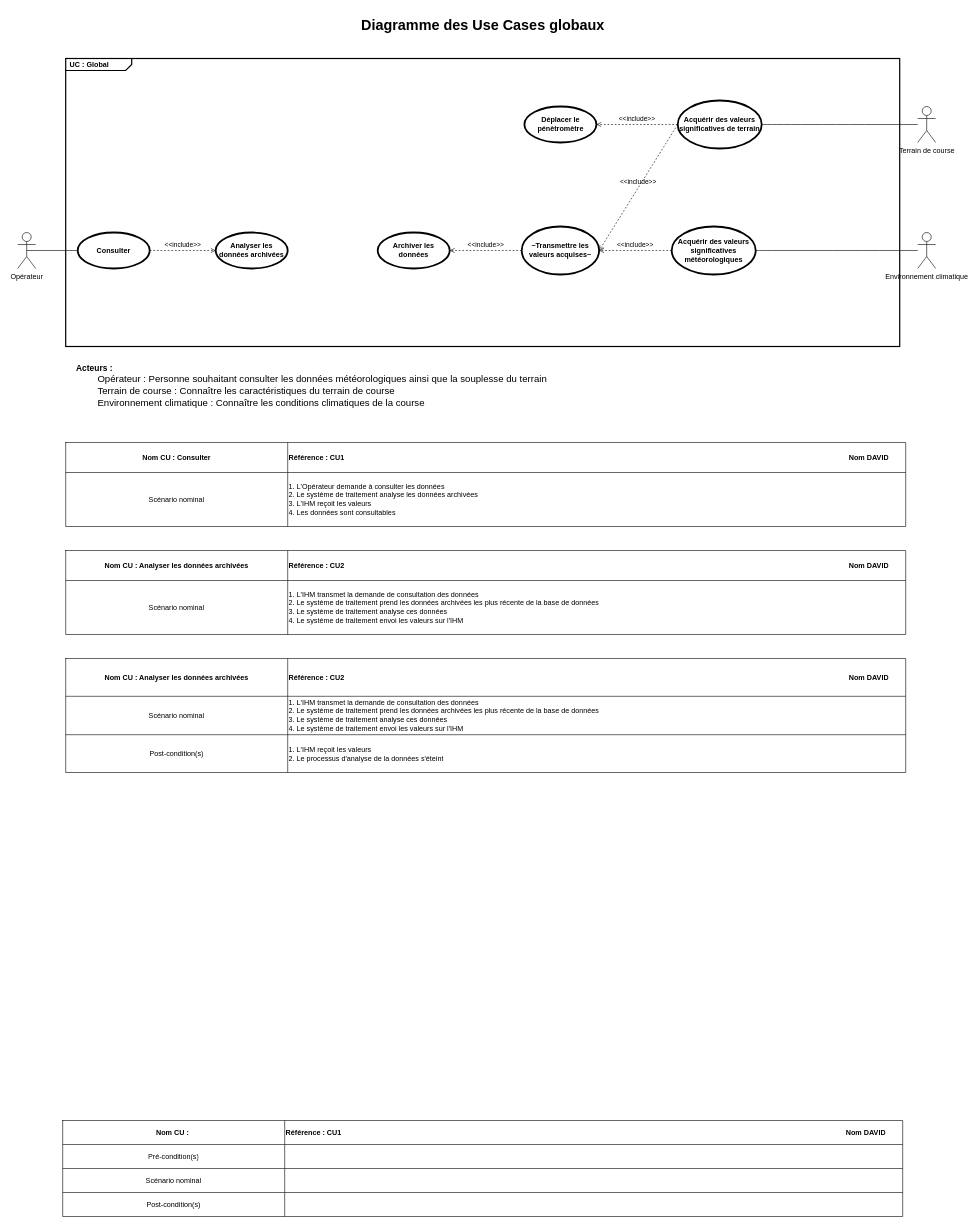
Before: SYSML/UseCase/D-UC_General-FM2.drawio in ToGen49/Hippodrome, a draw.io diagram. Source tidied: cells renumbered, new cells numbered last; positions are measured from the earlier drawing's top-left corner, leaving out a move shared by most shapes. Both pictures are drawn from the tidied source at 60%, with x=0, y=0 at pixel (17, 10).
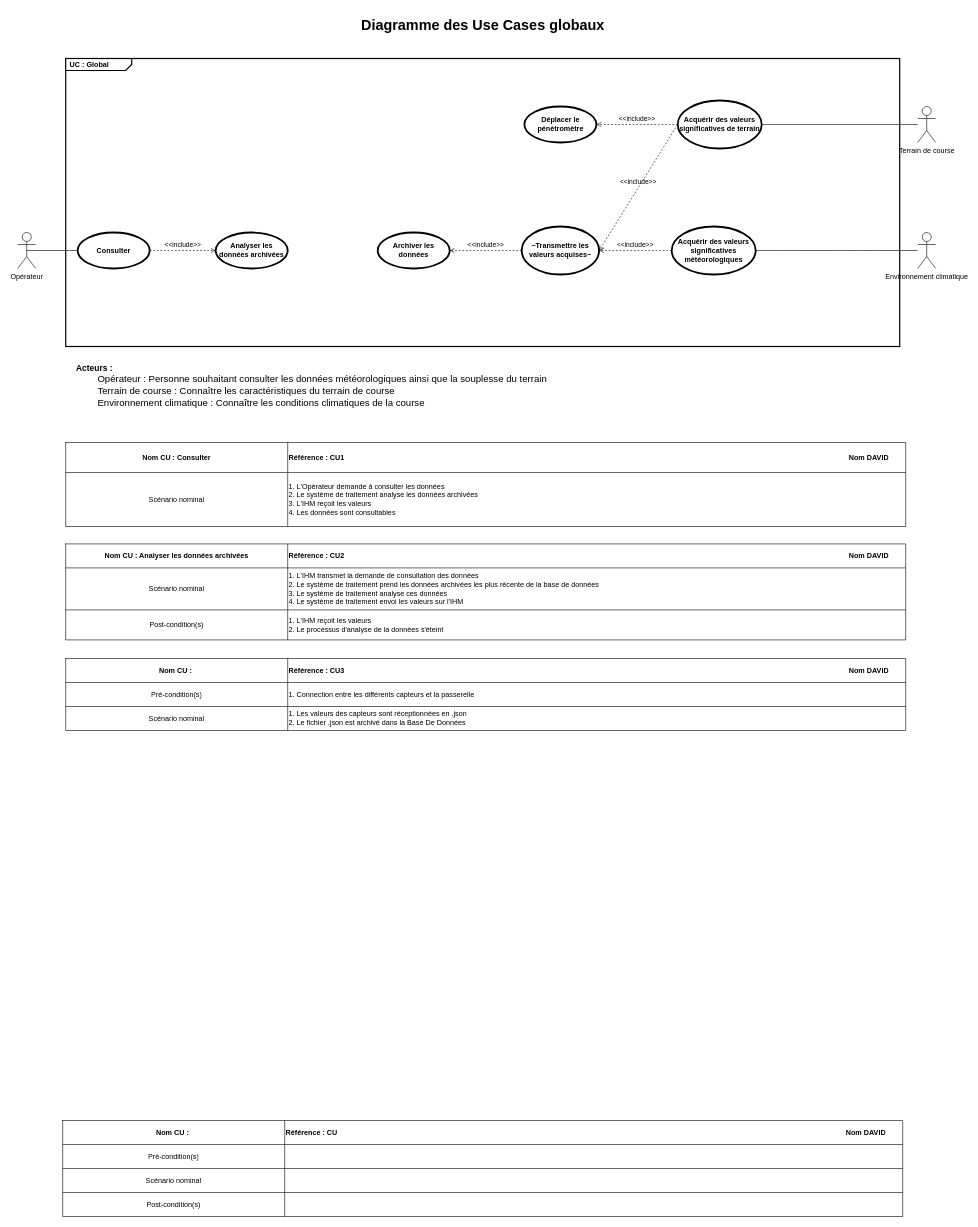
After the change.

Commit message (it also covers changes not shown here):
Mettre à jour D-UC_General-FM2.drawio

The change refers to these unchanged cells:
```xml
<mxCell id="31" style="shape=tableRow;horizontal=0;startSize=0;swimlaneHead=0;swimlaneBody=0;strokeColor=inherit;top=0;left=0;bottom=0;right=0;fillColor=none;" parent="30" vertex="1">
  <mxGeometry width="1400" height="40" as="geometry" />
</mxCell>
```

Change to the diagram source:
```diff
@@
-    <mxCell id="33" value="&lt;b&gt;Référence : CU1&lt;span style=&quot;white-space: pre;&quot;&gt;&#9;&lt;/span&gt;&lt;span style=&quot;white-space: pre;&quot;&gt;&#9;&lt;/span&gt;&lt;span style=&quot;white-space: pre;&quot;&gt;&#9;&lt;/span&gt;&lt;span style=&quot;white-space: pre;&quot;&gt;&#9;&lt;/span&gt;&lt;span style=&quot;white-space: pre;&quot;&gt;&#9;&lt;/span&gt;&lt;span style=&quot;white-space: pre;&quot;&gt;&#9;&lt;/span&gt;&lt;span style=&quot;white-space: pre;&quot;&gt;&#9;&lt;/span&gt;&lt;span style=&quot;white-space: pre;&quot;&gt;&#9;&lt;/span&gt;&lt;span style=&quot;white-space: pre;&quot;&gt;&#9;&lt;/span&gt;&lt;span style=&quot;white-space: pre;&quot;&gt;&#9;&lt;/span&gt;&lt;span style=&quot;white-space: pre;&quot;&gt;&#9;&lt;/span&gt;&lt;span style=&quot;white-space: pre;&quot;&gt;&#9;&lt;/span&gt;&lt;span style=&quot;white-space: pre;&quot;&gt;&#9;&lt;/span&gt;&lt;span style=&quot;white-space: pre;&quot;&gt;&#9;&lt;/span&gt;&lt;span style=&quot;white-space: pre;&quot;&gt;&#9;&lt;/span&gt;&lt;span style=&quot;white-space: pre;&quot;&gt;&#9;&lt;/span&gt;&lt;span style=&quot;white-space: pre;&quot;&gt;&#9;&lt;/span&gt;&lt;span style=&quot;white-space: pre;&quot;&gt;&#9;&lt;/span&gt;&lt;span style=&quot;white-space: pre;&quot;&gt;&#9;&lt;/span&gt;&lt;span style=&quot;white-space: pre;&quot;&gt;&#9;&lt;/span&gt;&lt;span style=&quot;white-space: pre;&quot;&gt;&#9;&lt;/span&gt;&lt;span style=&quot;white-space: pre;&quot;&gt;&#9;&lt;/span&gt;&lt;span style=&quot;white-space: pre;&quot;&gt;&#9;&lt;/span&gt;&lt;span style=&quot;white-space: pre;&quot;&gt;&#9;&lt;/span&gt;&lt;span style=&quot;white-space: pre;&quot;&gt;&#9;&lt;/span&gt;&lt;span style=&quot;white-space: pre;&quot;&gt;&#9;&lt;/span&gt;&lt;span style=&quot;white-space: pre;&quot;&gt;&#9;&lt;/span&gt;&lt;span style=&quot;white-space: pre;&quot;&gt;&#9;&lt;/span&gt;&lt;span style=&quot;white-space: pre;&quot;&gt;&#9;&lt;/span&gt;&lt;span style=&quot;white-space: pre;&quot;&gt;&#9;&lt;/span&gt;&lt;span style=&quot;white-space: pre;&quot;&gt;&#9;&lt;/span&gt;&lt;span style=&quot;white-space: pre;&quot;&gt;&#9;&lt;/span&gt;Nom DAVID&lt;/b&gt;" style="shape=partialRectangle;html=1;whiteSpace=wrap;strokeColor=inherit;overflow=hidden;fillColor=none;top=0;left=0;bottom=0;right=0;align=left;" parent="31" vertex="1">
+    <mxCell id="33" value="&lt;b&gt;Référence : CU&lt;span style=&quot;white-space: pre;&quot;&gt;&#9;&lt;/span&gt;&lt;span style=&quot;white-space: pre;&quot;&gt;&#9;&lt;/span&gt;&lt;span style=&quot;white-space: pre;&quot;&gt;&#9;&lt;/span&gt;&lt;span style=&quot;white-space: pre;&quot;&gt;&#9;&lt;/span&gt;&lt;span style=&quot;white-space: pre;&quot;&gt;&#9;&lt;/span&gt;&lt;span style=&quot;white-space: pre;&quot;&gt;&#9;&lt;/span&gt;&lt;span style=&quot;white-space: pre;&quot;&gt;&#9;&lt;/span&gt;&lt;span style=&quot;white-space: pre;&quot;&gt;&#9;&lt;/span&gt;&lt;span style=&quot;white-space: pre;&quot;&gt;&#9;&lt;/span&gt;&lt;span style=&quot;white-space: pre;&quot;&gt;&#9;&lt;/span&gt;&lt;span style=&quot;white-space: pre;&quot;&gt;&#9;&lt;/span&gt;&lt;span style=&quot;white-space: pre;&quot;&gt;&#9;&lt;/span&gt;&lt;span style=&quot;white-space: pre;&quot;&gt;&#9;&lt;/span&gt;&lt;span style=&quot;white-space: pre;&quot;&gt;&#9;&lt;/span&gt;&lt;span style=&quot;white-space: pre;&quot;&gt;&#9;&lt;/span&gt;&lt;span style=&quot;white-space: pre;&quot;&gt;&#9;&lt;/span&gt;&lt;span style=&quot;white-space: pre;&quot;&gt;&#9;&lt;/span&gt;&lt;span style=&quot;white-space: pre;&quot;&gt;&#9;&lt;/span&gt;&lt;span style=&quot;white-space: pre;&quot;&gt;&#9;&lt;/span&gt;&lt;span style=&quot;white-space: pre;&quot;&gt;&#9;&lt;/span&gt;&lt;span style=&quot;white-space: pre;&quot;&gt;&#9;&lt;/span&gt;&lt;span style=&quot;white-space: pre;&quot;&gt;&#9;&lt;/span&gt;&lt;span style=&quot;white-space: pre;&quot;&gt;&#9;&lt;/span&gt;&lt;span style=&quot;white-space: pre;&quot;&gt;&#9;&lt;/span&gt;&lt;span style=&quot;white-space: pre;&quot;&gt;&#9;&lt;/span&gt;&lt;span style=&quot;white-space: pre;&quot;&gt;&#9;&lt;/span&gt;&lt;span style=&quot;white-space: pre;&quot;&gt;&#9;&lt;/span&gt;&lt;span style=&quot;white-space: pre;&quot;&gt;&#9;&lt;/span&gt;&lt;span style=&quot;white-space: pre;&quot;&gt;&#9;&lt;/span&gt;&lt;span style=&quot;white-space: pre;&quot;&gt;&#9;&lt;/span&gt;&lt;span style=&quot;white-space: pre;&quot;&gt;&#9;&lt;/span&gt;&lt;span style=&quot;white-space: pre;&quot;&gt;&#9;&lt;/span&gt;Nom DAVID&lt;/b&gt;" style="shape=partialRectangle;html=1;whiteSpace=wrap;strokeColor=inherit;overflow=hidden;fillColor=none;top=0;left=0;bottom=0;right=0;align=left;" parent="31" vertex="1">
       <mxGeometry x="370" width="1030" height="40" as="geometry" />
     </mxCell>
@@
-    <mxCell id="43" style="shape=table;startSize=0;childLayout=tableLayout;" parent="1" vertex="1">
-      <mxGeometry x="80" y="900" width="1400" height="140" as="geometry" />
-    </mxCell>
-    <mxCell id="44" style="shape=tableRow;horizontal=0;startSize=0;swimlaneHead=0;swimlaneBody=0;strokeColor=inherit;top=0;left=0;bottom=0;right=0;fillColor=none;" parent="43" vertex="1">
-      <mxGeometry width="1400" height="50" as="geometry" />
-    </mxCell>
-    <mxCell id="45" value="&lt;b&gt;Nom CU : Analyser les données archivées&lt;/b&gt;" style="shape=partialRectangle;html=1;whiteSpace=wrap;strokeColor=inherit;overflow=hidden;fillColor=none;top=0;left=0;bottom=0;right=0;" parent="44" vertex="1">
-      <mxGeometry width="370" height="50" as="geometry" />
-    </mxCell>
-    <mxCell id="46" value="&lt;b&gt;Référence : CU2&lt;span style=&quot;white-space: pre;&quot;&gt;&#9;&lt;/span&gt;&lt;span style=&quot;white-space: pre;&quot;&gt;&#9;&lt;/span&gt;&lt;span style=&quot;white-space: pre;&quot;&gt;&#9;&lt;/span&gt;&lt;span style=&quot;white-space: pre;&quot;&gt;&#9;&lt;/span&gt;&lt;span style=&quot;white-space: pre;&quot;&gt;&#9;&lt;/span&gt;&lt;span style=&quot;white-space: pre;&quot;&gt;&#9;&lt;/span&gt;&lt;span style=&quot;white-space: pre;&quot;&gt;&#9;&lt;/span&gt;&lt;span style=&quot;white-space: pre;&quot;&gt;&#9;&lt;/span&gt;&lt;span style=&quot;white-space: pre;&quot;&gt;&#9;&lt;/span&gt;&lt;span style=&quot;white-space: pre;&quot;&gt;&#9;&lt;/span&gt;&lt;span style=&quot;white-space: pre;&quot;&gt;&#9;&lt;/span&gt;&lt;span style=&quot;white-space: pre;&quot;&gt;&#9;&lt;/span&gt;&lt;span style=&quot;white-space: pre;&quot;&gt;&#9;&lt;/span&gt;&lt;span style=&quot;white-space: pre;&quot;&gt;&#9;&lt;/span&gt;&lt;span style=&quot;white-space: pre;&quot;&gt;&#9;&lt;/span&gt;&lt;span style=&quot;white-space: pre;&quot;&gt;&#9;&lt;/span&gt;&lt;span style=&quot;white-space: pre;&quot;&gt;&#9;&lt;/span&gt;&lt;span style=&quot;white-space: pre;&quot;&gt;&#9;&lt;/span&gt;&lt;span style=&quot;white-space: pre;&quot;&gt;&#9;&lt;/span&gt;&lt;span style=&quot;white-space: pre;&quot;&gt;&#9;&lt;/span&gt;&lt;span style=&quot;white-space: pre;&quot;&gt;&#9;&lt;/span&gt;&lt;span style=&quot;white-space: pre;&quot;&gt;&#9;&lt;/span&gt;&lt;span style=&quot;white-space: pre;&quot;&gt;&#9;&lt;/span&gt;&lt;span style=&quot;white-space: pre;&quot;&gt;&#9;&lt;/span&gt;&lt;span style=&quot;white-space: pre;&quot;&gt;&#9;&lt;/span&gt;&lt;span style=&quot;white-space: pre;&quot;&gt;&#9;&lt;/span&gt;&lt;span style=&quot;white-space: pre;&quot;&gt;&#9;&lt;/span&gt;&lt;span style=&quot;white-space: pre;&quot;&gt;&#9;&lt;/span&gt;&lt;span style=&quot;white-space: pre;&quot;&gt;&#9;&lt;/span&gt;&lt;span style=&quot;white-space: pre;&quot;&gt;&#9;&lt;/span&gt;&lt;span style=&quot;white-space: pre;&quot;&gt;&#9;&lt;/span&gt;&lt;span style=&quot;white-space: pre;&quot;&gt;&#9;&lt;/span&gt;Nom DAVID&lt;/b&gt;" style="shape=partialRectangle;html=1;whiteSpace=wrap;strokeColor=inherit;overflow=hidden;fillColor=none;top=0;left=0;bottom=0;right=0;align=left;" parent="44" vertex="1">
-      <mxGeometry x="370" width="1030" height="50" as="geometry" />
-    </mxCell>
-    <mxCell id="47" style="shape=tableRow;horizontal=0;startSize=0;swimlaneHead=0;swimlaneBody=0;strokeColor=inherit;top=0;left=0;bottom=0;right=0;fillColor=none;" parent="43" vertex="1">
-      <mxGeometry y="50" width="1400" height="90" as="geometry" />
-    </mxCell>
-    <mxCell id="48" value="Scénario nominal" style="shape=partialRectangle;html=1;whiteSpace=wrap;strokeColor=inherit;overflow=hidden;fillColor=none;top=0;left=0;bottom=0;right=0;" parent="47" vertex="1">
-      <mxGeometry width="370" height="90" as="geometry" />
-    </mxCell>
-    <mxCell id="49" value="&lt;div&gt;1. L'IHM transmet la demande de consultation des données&lt;/div&gt;&lt;div&gt;2. Le système de traitement prend les données archivées les plus récente de la base de données&lt;/div&gt;&lt;div&gt;3. Le système de traitement analyse ces données&lt;/div&gt;&lt;div&gt;4. Le système de traitement envoi les valeurs sur l'IHM&lt;/div&gt;" style="shape=partialRectangle;html=1;whiteSpace=wrap;strokeColor=inherit;overflow=hidden;fillColor=none;top=0;left=0;bottom=0;right=0;align=left;" parent="47" vertex="1">
-      <mxGeometry x="370" width="1030" height="90" as="geometry" />
-    </mxCell>
     <mxCell id="50" style="shape=table;startSize=0;childLayout=tableLayout;" parent="1" vertex="1">
-      <mxGeometry x="80" y="1080" width="1400" height="190" as="geometry" />
+      <mxGeometry x="80" y="889" width="1400" height="160" as="geometry" />
     </mxCell>
     <mxCell id="51" style="shape=tableRow;horizontal=0;startSize=0;swimlaneHead=0;swimlaneBody=0;strokeColor=inherit;top=0;left=0;bottom=0;right=0;fillColor=none;" parent="50" vertex="1">
-      <mxGeometry width="1400" height="63" as="geometry" />
+      <mxGeometry width="1400" height="40" as="geometry" />
     </mxCell>
     <mxCell id="52" value="&lt;b&gt;Nom CU : Analyser les données archivées&lt;/b&gt;" style="shape=partialRectangle;html=1;whiteSpace=wrap;strokeColor=inherit;overflow=hidden;fillColor=none;top=0;left=0;bottom=0;right=0;" parent="51" vertex="1">
-      <mxGeometry width="370" height="63" as="geometry" />
+      <mxGeometry width="370" height="40" as="geometry" />
     </mxCell>
     <mxCell id="53" value="&lt;b&gt;Référence : CU2&lt;span style=&quot;white-space: pre;&quot;&gt;&#9;&lt;/span&gt;&lt;span style=&quot;white-space: pre;&quot;&gt;&#9;&lt;/span&gt;&lt;span style=&quot;white-space: pre;&quot;&gt;&#9;&lt;/span&gt;&lt;span style=&quot;white-space: pre;&quot;&gt;&#9;&lt;/span&gt;&lt;span style=&quot;white-space: pre;&quot;&gt;&#9;&lt;/span&gt;&lt;span style=&quot;white-space: pre;&quot;&gt;&#9;&lt;/span&gt;&lt;span style=&quot;white-space: pre;&quot;&gt;&#9;&lt;/span&gt;&lt;span style=&quot;white-space: pre;&quot;&gt;&#9;&lt;/span&gt;&lt;span style=&quot;white-space: pre;&quot;&gt;&#9;&lt;/span&gt;&lt;span style=&quot;white-space: pre;&quot;&gt;&#9;&lt;/span&gt;&lt;span style=&quot;white-space: pre;&quot;&gt;&#9;&lt;/span&gt;&lt;span style=&quot;white-space: pre;&quot;&gt;&#9;&lt;/span&gt;&lt;span style=&quot;white-space: pre;&quot;&gt;&#9;&lt;/span&gt;&lt;span style=&quot;white-space: pre;&quot;&gt;&#9;&lt;/span&gt;&lt;span style=&quot;white-space: pre;&quot;&gt;&#9;&lt;/span&gt;&lt;span style=&quot;white-space: pre;&quot;&gt;&#9;&lt;/span&gt;&lt;span style=&quot;white-space: pre;&quot;&gt;&#9;&lt;/span&gt;&lt;span style=&quot;white-space: pre;&quot;&gt;&#9;&lt;/span&gt;&lt;span style=&quot;white-space: pre;&quot;&gt;&#9;&lt;/span&gt;&lt;span style=&quot;white-space: pre;&quot;&gt;&#9;&lt;/span&gt;&lt;span style=&quot;white-space: pre;&quot;&gt;&#9;&lt;/span&gt;&lt;span style=&quot;white-space: pre;&quot;&gt;&#9;&lt;/span&gt;&lt;span style=&quot;white-space: pre;&quot;&gt;&#9;&lt;/span&gt;&lt;span style=&quot;white-space: pre;&quot;&gt;&#9;&lt;/span&gt;&lt;span style=&quot;white-space: pre;&quot;&gt;&#9;&lt;/span&gt;&lt;span style=&quot;white-space: pre;&quot;&gt;&#9;&lt;/span&gt;&lt;span style=&quot;white-space: pre;&quot;&gt;&#9;&lt;/span&gt;&lt;span style=&quot;white-space: pre;&quot;&gt;&#9;&lt;/span&gt;&lt;span style=&quot;white-space: pre;&quot;&gt;&#9;&lt;/span&gt;&lt;span style=&quot;white-space: pre;&quot;&gt;&#9;&lt;/span&gt;&lt;span style=&quot;white-space: pre;&quot;&gt;&#9;&lt;/span&gt;&lt;span style=&quot;white-space: pre;&quot;&gt;&#9;&lt;/span&gt;Nom DAVID&lt;/b&gt;" style="shape=partialRectangle;html=1;whiteSpace=wrap;strokeColor=inherit;overflow=hidden;fillColor=none;top=0;left=0;bottom=0;right=0;align=left;" parent="51" vertex="1">
-      <mxGeometry x="370" width="1030" height="63" as="geometry" />
+      <mxGeometry x="370" width="1030" height="40" as="geometry" />
     </mxCell>
     <mxCell id="54" style="shape=tableRow;horizontal=0;startSize=0;swimlaneHead=0;swimlaneBody=0;strokeColor=inherit;top=0;left=0;bottom=0;right=0;fillColor=none;" parent="50" vertex="1">
-      <mxGeometry y="63" width="1400" height="64" as="geometry" />
+      <mxGeometry y="40" width="1400" height="70" as="geometry" />
     </mxCell>
     <mxCell id="55" value="Scénario nominal" style="shape=partialRectangle;html=1;whiteSpace=wrap;strokeColor=inherit;overflow=hidden;fillColor=none;top=0;left=0;bottom=0;right=0;" parent="54" vertex="1">
-      <mxGeometry width="370" height="64" as="geometry" />
+      <mxGeometry width="370" height="70" as="geometry" />
     </mxCell>
     <mxCell id="56" value="&lt;div&gt;1. L'IHM transmet la demande de consultation des données&lt;/div&gt;&lt;div&gt;2. Le système de traitement prend les données archivées les plus récente de la base de données&lt;/div&gt;&lt;div&gt;3. Le système de traitement analyse ces données&lt;/div&gt;&lt;div&gt;4. Le système de traitement envoi les valeurs sur l'IHM&lt;/div&gt;" style="shape=partialRectangle;html=1;whiteSpace=wrap;strokeColor=inherit;overflow=hidden;fillColor=none;top=0;left=0;bottom=0;right=0;align=left;" parent="54" vertex="1">
-      <mxGeometry x="370" width="1030" height="64" as="geometry" />
+      <mxGeometry x="370" width="1030" height="70" as="geometry" />
     </mxCell>
     <mxCell id="57" style="shape=tableRow;horizontal=0;startSize=0;swimlaneHead=0;swimlaneBody=0;strokeColor=inherit;top=0;left=0;bottom=0;right=0;fillColor=none;" parent="50" vertex="1">
-      <mxGeometry y="127" width="1400" height="63" as="geometry" />
+      <mxGeometry y="110" width="1400" height="50" as="geometry" />
     </mxCell>
     <mxCell id="58" value="Post-condition(s)" style="shape=partialRectangle;html=1;whiteSpace=wrap;strokeColor=inherit;overflow=hidden;fillColor=none;top=0;left=0;bottom=0;right=0;" parent="57" vertex="1">
-      <mxGeometry width="370" height="63" as="geometry" />
+      <mxGeometry width="370" height="50" as="geometry" />
     </mxCell>
     <mxCell id="59" value="1. L'IHM reçoit les valeurs&lt;div&gt;2.&lt;span style=&quot;background-color: transparent; color: light-dark(rgb(0, 0, 0), rgb(255, 255, 255));&quot;&gt;&amp;nbsp;&lt;/span&gt;&lt;span style=&quot;background-color: transparent; color: light-dark(rgb(0, 0, 0), rgb(255, 255, 255));&quot;&gt;Le processus d'analyse de la données s'éteint&lt;/span&gt;&lt;/div&gt;" style="shape=partialRectangle;html=1;whiteSpace=wrap;strokeColor=inherit;overflow=hidden;fillColor=none;top=0;left=0;bottom=0;right=0;align=left;" parent="57" vertex="1">
-      <mxGeometry x="370" width="1030" height="63" as="geometry" />
+      <mxGeometry x="370" width="1030" height="50" as="geometry" />
     </mxCell>
+    <mxCell id="60" style="shape=table;startSize=0;childLayout=tableLayout;" parent="1" vertex="1">
+      <mxGeometry x="80" y="1080" width="1400" height="120" as="geometry" />
+    </mxCell>
+    <mxCell id="61" style="shape=tableRow;horizontal=0;startSize=0;swimlaneHead=0;swimlaneBody=0;strokeColor=inherit;top=0;left=0;bottom=0;right=0;fillColor=none;" parent="60" vertex="1">
+      <mxGeometry width="1400" height="40" as="geometry" />
+    </mxCell>
+    <mxCell id="62" value="&lt;b&gt;Nom CU :&amp;nbsp;&lt;/b&gt;" style="shape=partialRectangle;html=1;whiteSpace=wrap;strokeColor=inherit;overflow=hidden;fillColor=none;top=0;left=0;bottom=0;right=0;" parent="61" vertex="1">
+      <mxGeometry width="370" height="40" as="geometry" />
+    </mxCell>
+    <mxCell id="63" value="&lt;b&gt;Référence : CU3&lt;span style=&quot;white-space: pre;&quot;&gt;&#9;&lt;/span&gt;&lt;span style=&quot;white-space: pre;&quot;&gt;&#9;&lt;/span&gt;&lt;span style=&quot;white-space: pre;&quot;&gt;&#9;&lt;/span&gt;&lt;span style=&quot;white-space: pre;&quot;&gt;&#9;&lt;/span&gt;&lt;span style=&quot;white-space: pre;&quot;&gt;&#9;&lt;/span&gt;&lt;span style=&quot;white-space: pre;&quot;&gt;&#9;&lt;/span&gt;&lt;span style=&quot;white-space: pre;&quot;&gt;&#9;&lt;/span&gt;&lt;span style=&quot;white-space: pre;&quot;&gt;&#9;&lt;/span&gt;&lt;span style=&quot;white-space: pre;&quot;&gt;&#9;&lt;/span&gt;&lt;span style=&quot;white-space: pre;&quot;&gt;&#9;&lt;/span&gt;&lt;span style=&quot;white-space: pre;&quot;&gt;&#9;&lt;/span&gt;&lt;span style=&quot;white-space: pre;&quot;&gt;&#9;&lt;/span&gt;&lt;span style=&quot;white-space: pre;&quot;&gt;&#9;&lt;/span&gt;&lt;span style=&quot;white-space: pre;&quot;&gt;&#9;&lt;/span&gt;&lt;span style=&quot;white-space: pre;&quot;&gt;&#9;&lt;/span&gt;&lt;span style=&quot;white-space: pre;&quot;&gt;&#9;&lt;/span&gt;&lt;span style=&quot;white-space: pre;&quot;&gt;&#9;&lt;/span&gt;&lt;span style=&quot;white-space: pre;&quot;&gt;&#9;&lt;/span&gt;&lt;span style=&quot;white-space: pre;&quot;&gt;&#9;&lt;/span&gt;&lt;span style=&quot;white-space: pre;&quot;&gt;&#9;&lt;/span&gt;&lt;span style=&quot;white-space: pre;&quot;&gt;&#9;&lt;/span&gt;&lt;span style=&quot;white-space: pre;&quot;&gt;&#9;&lt;/span&gt;&lt;span style=&quot;white-space: pre;&quot;&gt;&#9;&lt;/span&gt;&lt;span style=&quot;white-space: pre;&quot;&gt;&#9;&lt;/span&gt;&lt;span style=&quot;white-space: pre;&quot;&gt;&#9;&lt;/span&gt;&lt;span style=&quot;white-space: pre;&quot;&gt;&#9;&lt;/span&gt;&lt;span style=&quot;white-space: pre;&quot;&gt;&#9;&lt;/span&gt;&lt;span style=&quot;white-space: pre;&quot;&gt;&#9;&lt;/span&gt;&lt;span style=&quot;white-space: pre;&quot;&gt;&#9;&lt;/span&gt;&lt;span style=&quot;white-space: pre;&quot;&gt;&#9;&lt;/span&gt;&lt;span style=&quot;white-space: pre;&quot;&gt;&#9;&lt;/span&gt;&lt;span style=&quot;white-space: pre;&quot;&gt;&#9;&lt;/span&gt;Nom DAVID&lt;/b&gt;" style="shape=partialRectangle;html=1;whiteSpace=wrap;strokeColor=inherit;overflow=hidden;fillColor=none;top=0;left=0;bottom=0;right=0;align=left;" parent="61" vertex="1">
+      <mxGeometry x="370" width="1030" height="40" as="geometry" />
+    </mxCell>
+    <mxCell id="64" style="shape=tableRow;horizontal=0;startSize=0;swimlaneHead=0;swimlaneBody=0;strokeColor=inherit;top=0;left=0;bottom=0;right=0;fillColor=none;" parent="60" vertex="1">
+      <mxGeometry y="40" width="1400" height="40" as="geometry" />
+    </mxCell>
+    <mxCell id="65" value="Pré-condition(s)" style="shape=partialRectangle;html=1;whiteSpace=wrap;strokeColor=inherit;overflow=hidden;fillColor=none;top=0;left=0;bottom=0;right=0;" parent="64" vertex="1">
+      <mxGeometry width="370" height="40" as="geometry" />
+    </mxCell>
+    <mxCell id="66" value="1. Connection entre les différents capteurs et la passerelle" style="shape=partialRectangle;html=1;whiteSpace=wrap;strokeColor=inherit;overflow=hidden;fillColor=none;top=0;left=0;bottom=0;right=0;align=left;" parent="64" vertex="1">
+      <mxGeometry x="370" width="1030" height="40" as="geometry" />
+    </mxCell>
+    <mxCell id="67" style="shape=tableRow;horizontal=0;startSize=0;swimlaneHead=0;swimlaneBody=0;strokeColor=inherit;top=0;left=0;bottom=0;right=0;fillColor=none;" parent="60" vertex="1">
+      <mxGeometry y="80" width="1400" height="40" as="geometry" />
+    </mxCell>
+    <mxCell id="48" value="Scénario nominal" style="shape=partialRectangle;html=1;whiteSpace=wrap;strokeColor=inherit;overflow=hidden;fillColor=none;top=0;left=0;bottom=0;right=0;" parent="67" vertex="1">
+      <mxGeometry width="370" height="40" as="geometry" />
+    </mxCell>
+    <mxCell id="68" value="1. Les valeurs des capteurs sont réceptionnées en .json&lt;div&gt;2. Le fichier .json est archivé dans la Base De Données&lt;/div&gt;" style="shape=partialRectangle;html=1;whiteSpace=wrap;strokeColor=inherit;overflow=hidden;fillColor=none;top=0;left=0;bottom=0;right=0;align=left;" parent="67" vertex="1">
+      <mxGeometry x="370" width="1030" height="40" as="geometry" />
+    </mxCell>
```
